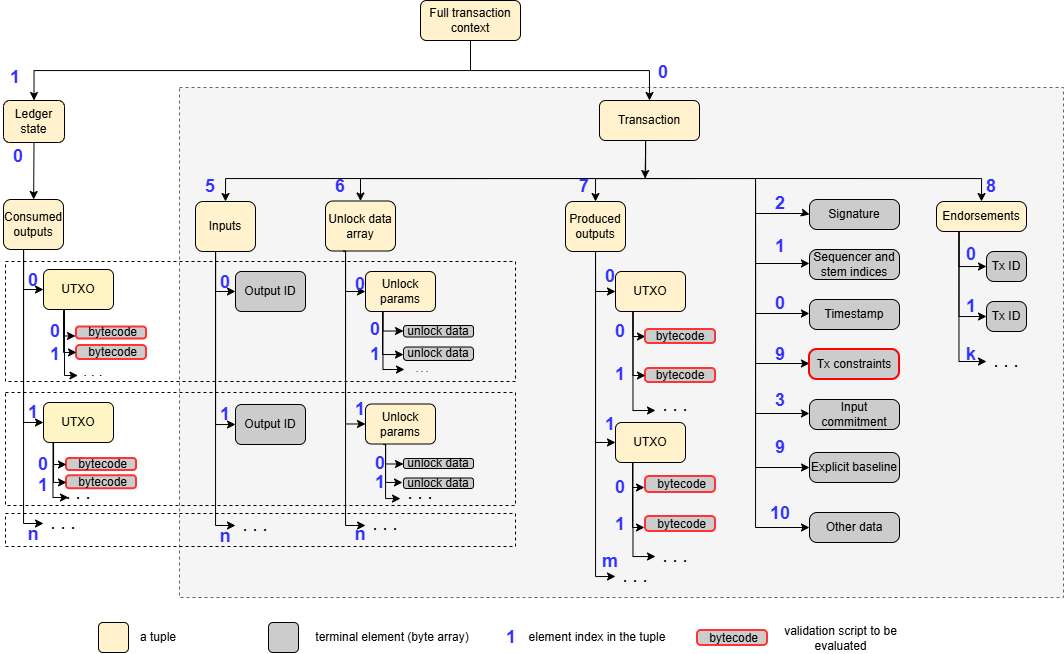
lunfardo314/lunfardo314.github.io keeps this draw.io diagram as static/img/utxo-tx-context.png. Above is the earlier version. Source tidied: cells renumbered, new cells last; positions are measured from the earlier drawing's top-left corner, leaving out a move shared by most shapes.
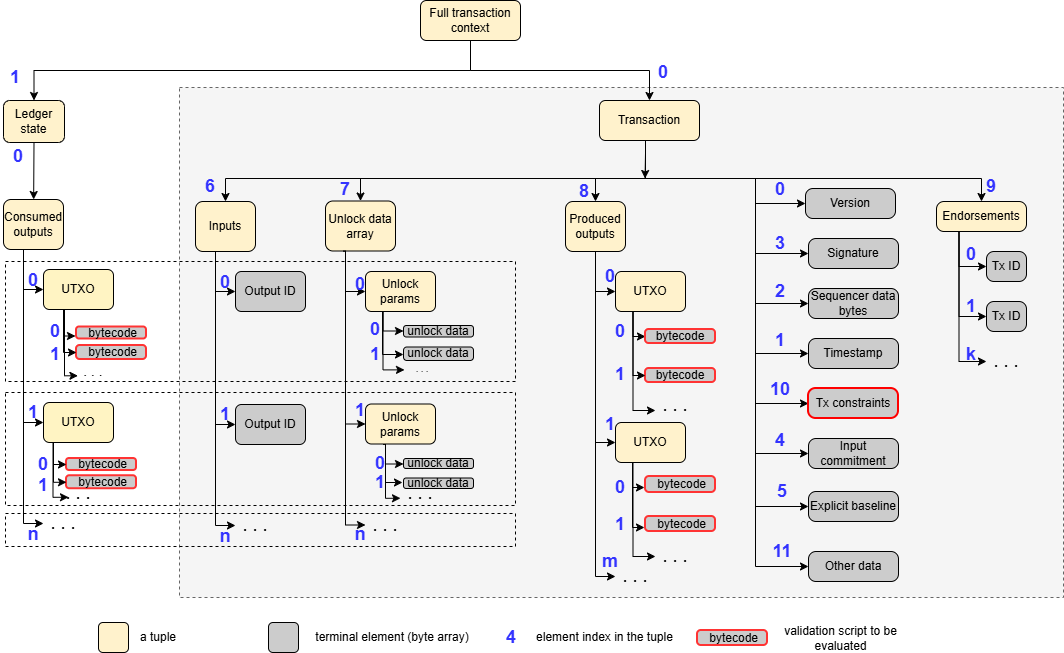
The same file after the commit.

What changed in the source:
```diff
@@ -15,7 +15,7 @@
       <mxGeometry relative="1" as="geometry">
         <mxPoint x="755" y="178" as="sourcePoint" />
         <Array as="points">
-          <mxPoint x="755" y="527" />
+          <mxPoint x="755" y="566" />
         </Array>
       </mxGeometry>
     </mxCell>
@@ -23,7 +23,7 @@
       <mxGeometry relative="1" as="geometry">
         <mxPoint x="755" y="178" as="sourcePoint" />
         <Array as="points">
-          <mxPoint x="755" y="413" />
+          <mxPoint x="755" y="453" />
         </Array>
       </mxGeometry>
     </mxCell>
@@ -31,7 +31,7 @@
       <mxGeometry relative="1" as="geometry">
         <mxPoint x="755" y="178" as="sourcePoint" />
         <Array as="points">
-          <mxPoint x="755" y="363" />
+          <mxPoint x="755" y="403" />
         </Array>
       </mxGeometry>
     </mxCell>
@@ -39,7 +39,7 @@
       <mxGeometry relative="1" as="geometry">
         <mxPoint x="755" y="178" as="sourcePoint" />
         <Array as="points">
-          <mxPoint x="755" y="313" />
+          <mxPoint x="755" y="353" />
         </Array>
       </mxGeometry>
     </mxCell>
@@ -47,7 +47,7 @@
       <mxGeometry relative="1" as="geometry">
         <mxPoint x="755" y="178" as="sourcePoint" />
         <Array as="points">
-          <mxPoint x="755" y="263" />
+          <mxPoint x="755" y="303" />
         </Array>
       </mxGeometry>
     </mxCell>
@@ -55,8 +55,7 @@
       <mxGeometry relative="1" as="geometry">
         <mxPoint x="755" y="178" as="sourcePoint" />
         <Array as="points">
-          <mxPoint x="755" y="213" />
-          <mxPoint x="805" y="213" />
+          <mxPoint x="755" y="253" />
         </Array>
       </mxGeometry>
     </mxCell>
@@ -89,10 +88,11 @@
     <mxCell id="14" style="edgeStyle=orthogonalEdgeStyle;rounded=0;jettySize=auto;html=1;exitX=0.5;exitY=1;exitDx=0;exitDy=0;entryX=0;entryY=0.5;entryDx=0;entryDy=0;" parent="1" edge="1" source="15" target="110">
       <mxGeometry relative="1" as="geometry">
         <Array as="points">
+          <mxPoint x="649" y="128" />
           <mxPoint x="645" y="128" />
           <mxPoint x="645" y="178" />
           <mxPoint x="755" y="178" />
-          <mxPoint x="755" y="467" />
+          <mxPoint x="755" y="506" />
         </Array>
       </mxGeometry>
     </mxCell>
@@ -343,22 +343,22 @@
       </mxGeometry>
     </mxCell>
     <mxCell id="62" value="Signature" style="rounded=1;whiteSpace=wrap;html=1;arcSize=25;fillColor=#CCCCCC;" parent="1" vertex="1">
-      <mxGeometry x="809" y="199" width="90" height="30" as="geometry" />
+      <mxGeometry x="808" y="238" width="90" height="30" as="geometry" />
     </mxCell>
-    <mxCell id="63" value="Sequencer and stem indices" style="rounded=1;whiteSpace=wrap;html=1;arcSize=25;fillColor=#CCCCCC;" parent="1" vertex="1">
-      <mxGeometry x="809" y="249" width="90" height="30" as="geometry" />
+    <mxCell id="63" value="Sequencer data bytes" style="rounded=1;whiteSpace=wrap;html=1;arcSize=25;fillColor=#CCCCCC;" parent="1" vertex="1">
+      <mxGeometry x="808" y="288" width="90" height="30" as="geometry" />
     </mxCell>
     <mxCell id="64" value="Timestamp" style="rounded=1;whiteSpace=wrap;html=1;arcSize=25;fillColor=#CCCCCC;" parent="1" vertex="1">
-      <mxGeometry x="809" y="299" width="90" height="30" as="geometry" />
+      <mxGeometry x="808" y="338" width="90" height="30" as="geometry" />
     </mxCell>
     <mxCell id="65" value="Tx constraints" style="rounded=1;whiteSpace=wrap;html=1;arcSize=25;fillColor=#CCCCCC;strokeColor=#FF0000;strokeWidth=2;" parent="1" vertex="1">
-      <mxGeometry x="809" y="349" width="90" height="30" as="geometry" />
+      <mxGeometry x="808" y="388" width="90" height="30" as="geometry" />
     </mxCell>
     <mxCell id="66" value="Input commitment" style="rounded=1;whiteSpace=wrap;html=1;arcSize=25;fillColor=#CCCCCC;" parent="1" vertex="1">
-      <mxGeometry x="809" y="399" width="90" height="30" as="geometry" />
+      <mxGeometry x="808" y="438" width="90" height="30" as="geometry" />
     </mxCell>
     <mxCell id="67" value="Other data" style="rounded=1;whiteSpace=wrap;html=1;arcSize=25;fillColor=#CCCCCC;" parent="1" vertex="1">
-      <mxGeometry x="809" y="512" width="90" height="30" as="geometry" />
+      <mxGeometry x="808" y="551" width="90" height="30" as="geometry" />
     </mxCell>
     <mxCell id="68" style="edgeStyle=orthogonalEdgeStyle;rounded=0;jettySize=auto;html=1;exitX=0.25;exitY=1;exitDx=0;exitDy=0;entryX=0;entryY=0.5;entryDx=0;entryDy=0;" parent="1" edge="1" source="71" target="72">
       <mxGeometry relative="1" as="geometry" />
@@ -393,35 +393,35 @@
     <mxCell id="78" value="terminal element (byte array)" style="text;html=1;align=center;verticalAlign=middle;whiteSpace=wrap;rounded=0;" parent="1" vertex="1">
       <mxGeometry x="302" y="622" width="180" height="30" as="geometry" />
     </mxCell>
-    <mxCell id="79" value="&lt;font style=&quot;font-size: 18px; color: rgb(51, 51, 255);&quot;&gt;&lt;b&gt;5&lt;/b&gt;&lt;/font&gt;" style="text;html=1;align=center;verticalAlign=middle;whiteSpace=wrap;rounded=0;" parent="1" vertex="1">
+    <mxCell id="79" value="&lt;font style=&quot;font-size: 18px; color: rgb(51, 51, 255);&quot;&gt;&lt;b&gt;6&lt;/b&gt;&lt;/font&gt;" style="text;html=1;align=center;verticalAlign=middle;whiteSpace=wrap;rounded=0;" parent="1" vertex="1">
       <mxGeometry x="195" y="171" width="30" height="30" as="geometry" />
     </mxCell>
-    <mxCell id="80" value="&lt;font color=&quot;#3333ff&quot;&gt;&lt;span style=&quot;font-size: 18px;&quot;&gt;&lt;b&gt;6&lt;/b&gt;&lt;/span&gt;&lt;/font&gt;" style="text;html=1;align=center;verticalAlign=middle;whiteSpace=wrap;rounded=0;" parent="1" vertex="1">
-      <mxGeometry x="325" y="171" width="30" height="30" as="geometry" />
+    <mxCell id="80" value="&lt;font color=&quot;#3333ff&quot;&gt;&lt;span style=&quot;font-size: 18px;&quot;&gt;&lt;b&gt;7&lt;/b&gt;&lt;/span&gt;&lt;/font&gt;" style="text;html=1;align=center;verticalAlign=middle;whiteSpace=wrap;rounded=0;" parent="1" vertex="1">
+      <mxGeometry x="330" y="174" width="30" height="30" as="geometry" />
     </mxCell>
-    <mxCell id="81" value="&lt;font style=&quot;font-size: 18px; color: rgb(51, 51, 255);&quot;&gt;&lt;b&gt;7&lt;/b&gt;&lt;/font&gt;" style="text;html=1;align=center;verticalAlign=middle;whiteSpace=wrap;rounded=0;" parent="1" vertex="1">
-      <mxGeometry x="569" y="171" width="30" height="30" as="geometry" />
+    <mxCell id="81" value="&lt;font style=&quot;font-size: 18px; color: rgb(51, 51, 255);&quot;&gt;&lt;b&gt;8&lt;/b&gt;&lt;/font&gt;" style="text;html=1;align=center;verticalAlign=middle;whiteSpace=wrap;rounded=0;" parent="1" vertex="1">
+      <mxGeometry x="569" y="176" width="30" height="30" as="geometry" />
     </mxCell>
-    <mxCell id="82" value="&lt;font style=&quot;font-size: 18px; color: rgb(51, 51, 255);&quot;&gt;&lt;b&gt;8&lt;/b&gt;&lt;/font&gt;" style="text;html=1;align=center;verticalAlign=middle;whiteSpace=wrap;rounded=0;" parent="1" vertex="1">
+    <mxCell id="82" value="&lt;font style=&quot;font-size: 18px; color: rgb(51, 51, 255);&quot;&gt;&lt;b&gt;9&lt;/b&gt;&lt;/font&gt;" style="text;html=1;align=center;verticalAlign=middle;whiteSpace=wrap;rounded=0;" parent="1" vertex="1">
       <mxGeometry x="976" y="171" width="30" height="30" as="geometry" />
     </mxCell>
-    <mxCell id="83" value="&lt;font style=&quot;font-size: 18px; color: rgb(51, 51, 255);&quot;&gt;&lt;b&gt;2&lt;/b&gt;&lt;/font&gt;" style="text;html=1;align=center;verticalAlign=middle;whiteSpace=wrap;rounded=0;" parent="1" vertex="1">
-      <mxGeometry x="765" y="188" width="30" height="30" as="geometry" />
+    <mxCell id="83" value="&lt;font style=&quot;font-size: 18px; color: rgb(51, 51, 255);&quot;&gt;&lt;b&gt;0&lt;/b&gt;&lt;/font&gt;" style="text;html=1;align=center;verticalAlign=middle;whiteSpace=wrap;rounded=0;" parent="1" vertex="1">
+      <mxGeometry x="765" y="174" width="30" height="30" as="geometry" />
     </mxCell>
-    <mxCell id="84" value="&lt;font style=&quot;font-size: 18px; color: rgb(51, 51, 255);&quot;&gt;&lt;b&gt;1&lt;/b&gt;&lt;/font&gt;" style="text;html=1;align=center;verticalAlign=middle;whiteSpace=wrap;rounded=0;" parent="1" vertex="1">
-      <mxGeometry x="765" y="231" width="30" height="30" as="geometry" />
+    <mxCell id="84" value="&lt;font style=&quot;font-size: 18px; color: rgb(51, 51, 255);&quot;&gt;&lt;b&gt;4&lt;/b&gt;&lt;/font&gt;" style="text;html=1;align=center;verticalAlign=middle;whiteSpace=wrap;rounded=0;" parent="1" vertex="1">
+      <mxGeometry x="765" y="424.5" width="30" height="30" as="geometry" />
     </mxCell>
-    <mxCell id="85" value="&lt;font style=&quot;font-size: 18px; color: rgb(51, 51, 255);&quot;&gt;&lt;b&gt;0&lt;/b&gt;&lt;/font&gt;" style="text;html=1;align=center;verticalAlign=middle;whiteSpace=wrap;rounded=0;" parent="1" vertex="1">
-      <mxGeometry x="765" y="288" width="30" height="30" as="geometry" />
+    <mxCell id="85" value="&lt;font style=&quot;font-size: 18px; color: rgb(51, 51, 255);&quot;&gt;&lt;b&gt;2&lt;/b&gt;&lt;/font&gt;" style="text;html=1;align=center;verticalAlign=middle;whiteSpace=wrap;rounded=0;" parent="1" vertex="1">
+      <mxGeometry x="765" y="276" width="30" height="30" as="geometry" />
     </mxCell>
-    <mxCell id="86" value="&lt;font style=&quot;font-size: 18px; color: rgb(51, 51, 255);&quot;&gt;&lt;b&gt;9&lt;/b&gt;&lt;/font&gt;" style="text;html=1;align=center;verticalAlign=middle;whiteSpace=wrap;rounded=0;" parent="1" vertex="1">
-      <mxGeometry x="765" y="339" width="30" height="30" as="geometry" />
+    <mxCell id="86" value="&lt;font style=&quot;font-size: 18px; color: rgb(51, 51, 255);&quot;&gt;&lt;b&gt;5&lt;/b&gt;&lt;/font&gt;" style="text;html=1;align=center;verticalAlign=middle;whiteSpace=wrap;rounded=0;" parent="1" vertex="1">
+      <mxGeometry x="767" y="476" width="30" height="30" as="geometry" />
     </mxCell>
     <mxCell id="87" value="&lt;font style=&quot;font-size: 18px; color: rgb(51, 51, 255);&quot;&gt;&lt;b&gt;3&lt;/b&gt;&lt;/font&gt;" style="text;html=1;align=center;verticalAlign=middle;whiteSpace=wrap;rounded=0;" parent="1" vertex="1">
-      <mxGeometry x="765" y="385" width="30" height="30" as="geometry" />
+      <mxGeometry x="765" y="228" width="30" height="30" as="geometry" />
     </mxCell>
-    <mxCell id="88" value="&lt;font style=&quot;font-size: 18px; color: rgb(51, 51, 255);&quot;&gt;&lt;b&gt;9&lt;/b&gt;&lt;/font&gt;" style="text;html=1;align=center;verticalAlign=middle;whiteSpace=wrap;rounded=0;" parent="1" vertex="1">
-      <mxGeometry x="765" y="432" width="30" height="30" as="geometry" />
+    <mxCell id="88" value="&lt;font style=&quot;font-size: 18px; color: rgb(51, 51, 255);&quot;&gt;&lt;b&gt;11&lt;/b&gt;&lt;/font&gt;" style="text;html=1;align=center;verticalAlign=middle;whiteSpace=wrap;rounded=0;" parent="1" vertex="1">
+      <mxGeometry x="767" y="536" width="30" height="30" as="geometry" />
     </mxCell>
     <mxCell id="89" value="&lt;font style=&quot;font-size: 18px; color: rgb(51, 51, 255);&quot;&gt;&lt;b&gt;0&lt;/b&gt;&lt;/font&gt;" style="text;html=1;align=center;verticalAlign=middle;whiteSpace=wrap;rounded=0;" parent="1" vertex="1">
       <mxGeometry x="345" y="268.5" width="30" height="30" as="geometry" />
@@ -487,10 +487,10 @@
       <mxGeometry x="5" y="513" width="510" height="33" as="geometry" />
     </mxCell>
     <mxCell id="110" value="Explicit baseline" style="rounded=1;whiteSpace=wrap;html=1;arcSize=25;fillColor=#CCCCCC;" parent="1" vertex="1">
-      <mxGeometry x="809" y="452" width="90" height="30" as="geometry" />
+      <mxGeometry x="808" y="491" width="90" height="30" as="geometry" />
     </mxCell>
     <mxCell id="111" value="&lt;font style=&quot;font-size: 18px; color: rgb(51, 51, 255);&quot;&gt;&lt;b&gt;10&lt;/b&gt;&lt;/font&gt;" style="text;html=1;align=center;verticalAlign=middle;whiteSpace=wrap;rounded=0;" parent="1" vertex="1">
-      <mxGeometry x="765" y="498" width="30" height="30" as="geometry" />
+      <mxGeometry x="765" y="373.5" width="30" height="30" as="geometry" />
     </mxCell>
     <mxCell id="112" value="Full transaction context" style="rounded=1;whiteSpace=wrap;html=1;fillColor=#FFF2CC;" parent="1" vertex="1">
       <mxGeometry x="420" width="100" height="40" as="geometry" />
@@ -650,11 +650,11 @@
     <mxCell id="146" value="&lt;font color=&quot;#3333ff&quot;&gt;&lt;span style=&quot;font-size: 18px;&quot;&gt;&lt;b&gt;1&lt;/b&gt;&lt;/span&gt;&lt;/font&gt;" style="text;html=1;align=center;verticalAlign=middle;whiteSpace=wrap;rounded=0;" parent="1" vertex="1">
       <mxGeometry y="62" width="30" height="30" as="geometry" />
     </mxCell>
-    <mxCell id="147" value="&lt;font color=&quot;#3333ff&quot;&gt;&lt;span style=&quot;font-size: 18px;&quot;&gt;&lt;b&gt;1&lt;/b&gt;&lt;/span&gt;&lt;/font&gt;" style="text;html=1;align=center;verticalAlign=middle;whiteSpace=wrap;rounded=0;" parent="1" vertex="1">
+    <mxCell id="147" value="&lt;font color=&quot;#3333ff&quot;&gt;&lt;span style=&quot;font-size: 18px;&quot;&gt;&lt;b&gt;4&lt;/b&gt;&lt;/span&gt;&lt;/font&gt;" style="text;html=1;align=center;verticalAlign=middle;whiteSpace=wrap;rounded=0;" parent="1" vertex="1">
       <mxGeometry x="496" y="622" width="30" height="30" as="geometry" />
     </mxCell>
     <mxCell id="148" value="element index in the tuple" style="text;html=1;align=center;verticalAlign=middle;whiteSpace=wrap;rounded=0;" parent="1" vertex="1">
-      <mxGeometry x="507" y="622" width="180" height="30" as="geometry" />
+      <mxGeometry x="526" y="622" width="157" height="30" as="geometry" />
     </mxCell>
     <mxCell id="149" value="&amp;nbsp;bytecode" style="rounded=1;whiteSpace=wrap;html=1;arcSize=25;fillColor=#CCCCCC;strokeColor=#FF3333;strokeWidth=2;" parent="1" vertex="1">
       <mxGeometry x="697" y="630" width="70" height="15" as="geometry" />
@@ -662,5 +662,21 @@
     <mxCell id="150" value="validation script to be evaluated" style="text;html=1;align=center;verticalAlign=middle;whiteSpace=wrap;rounded=0;" parent="1" vertex="1">
       <mxGeometry x="777" y="622.5" width="127" height="30" as="geometry" />
     </mxCell>
+    <mxCell id="151" value="Version" style="rounded=1;whiteSpace=wrap;html=1;arcSize=25;fillColor=#CCCCCC;" parent="1" vertex="1">
+      <mxGeometry x="805" y="188" width="90" height="30" as="geometry" />
+    </mxCell>
+    <mxCell id="152" style="edgeStyle=orthogonalEdgeStyle;rounded=0;jettySize=auto;html=1;" parent="1" edge="1" target="151">
+      <mxGeometry relative="1" as="geometry">
+        <mxPoint x="693" y="178" as="sourcePoint" />
+        <Array as="points">
+          <mxPoint x="693" y="178" />
+          <mxPoint x="755" y="178" />
+          <mxPoint x="755" y="203" />
+        </Array>
+      </mxGeometry>
+    </mxCell>
+    <mxCell id="153" value="&lt;font style=&quot;font-size: 18px; color: rgb(51, 51, 255);&quot;&gt;&lt;b&gt;1&lt;/b&gt;&lt;/font&gt;" style="text;html=1;align=center;verticalAlign=middle;whiteSpace=wrap;rounded=0;" parent="1" vertex="1">
+      <mxGeometry x="765" y="325" width="30" height="30" as="geometry" />
+    </mxCell>
   </root>
 </mxGraphModel>
```
